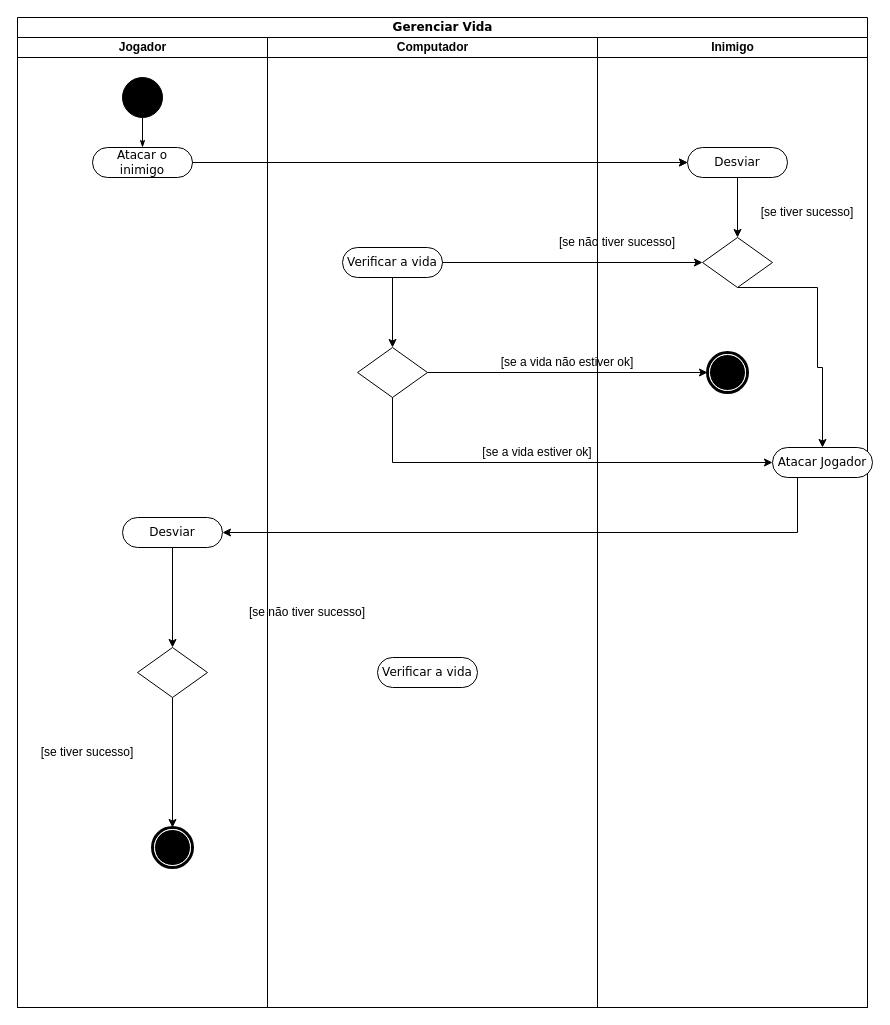
This is Diagrama de Atividade.drawio from yuritelis/atvmusicalp, a draw.io file, before an edit. Source tidied: cells renumbered, new cells numbered last; positions are measured from the earlier drawing's top-left corner, leaving out a move shared by most shapes. Both pictures are drawn from the tidied source at 100%, with x=0, y=0 at pixel (17, 17).
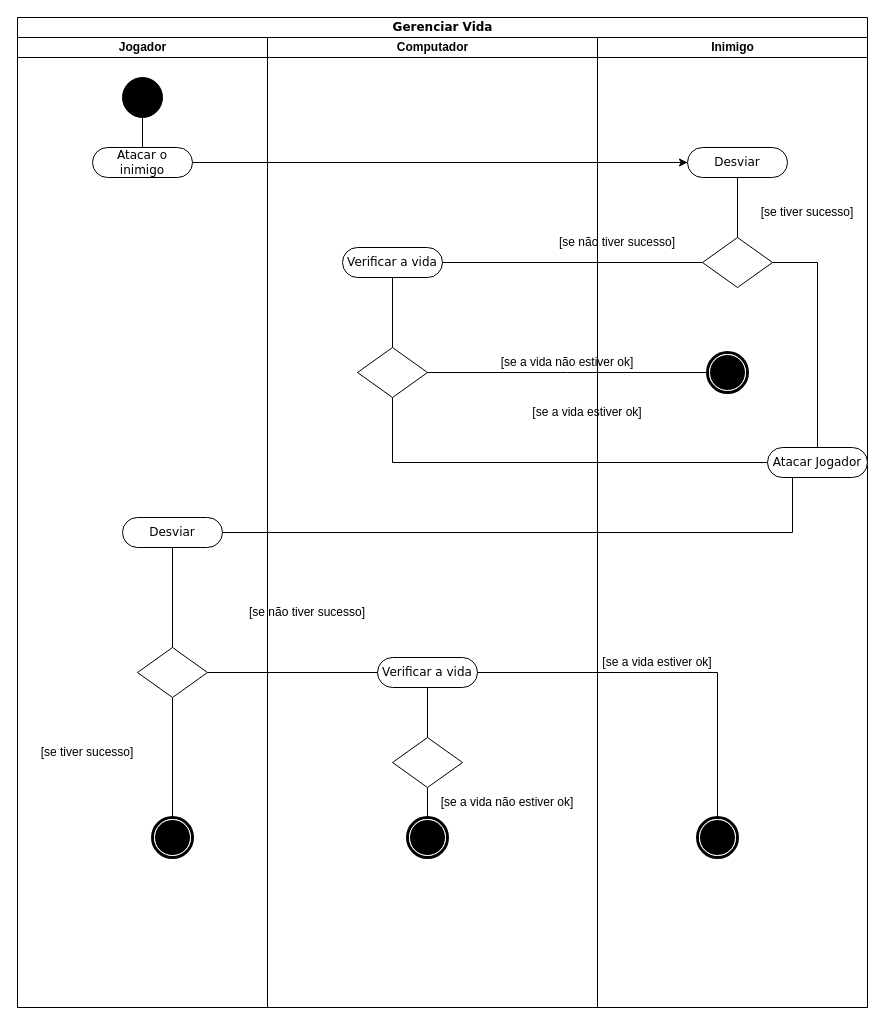
The same page after the edit.

The change refers to these unchanged cells:
```xml
<mxCell id="2" value="Gerenciar Vida" style="swimlane;html=1;startSize=20;rounded=0;shadow=0;comic=0;labelBackgroundColor=none;strokeWidth=1;fontFamily=Verdana;fontSize=12;align=center;" parent="1" vertex="1">
  <mxGeometry width="850" height="990" as="geometry" />
</mxCell>
<mxCell id="3" value="Jogador" style="swimlane;html=1;startSize=20;" parent="2" vertex="1">
  <mxGeometry y="20" width="250" height="970" as="geometry" />
</mxCell>
<mxCell id="5" value="Desviar" style="rounded=1;whiteSpace=wrap;html=1;shadow=0;comic=0;labelBackgroundColor=none;strokeWidth=1;fontFamily=Verdana;fontSize=12;align=center;arcSize=50;" parent="3" vertex="1">
  <mxGeometry x="105" y="480" width="100" height="30" as="geometry" />
</mxCell>
<mxCell id="7" style="ellipse;whiteSpace=wrap;html=1;rounded=0;shadow=0;comic=0;labelBackgroundColor=none;strokeWidth=1;fillColor=#000000;fontFamily=Verdana;fontSize=12;align=center;" parent="3" vertex="1">
  <mxGeometry x="105" y="40" width="40" height="40" as="geometry" />
</mxCell>
<mxCell id="8" value="Atacar o inimigo" style="rounded=1;whiteSpace=wrap;html=1;shadow=0;comic=0;labelBackgroundColor=none;strokeWidth=1;fontFamily=Verdana;fontSize=12;align=center;arcSize=50;" parent="3" vertex="1">
  <mxGeometry x="75" y="110" width="100" height="30" as="geometry" />
</mxCell>
<mxCell id="11" style="rhombus;whiteSpace=wrap;html=1;" parent="3" vertex="1">
  <mxGeometry x="120" y="610" width="70" height="50" as="geometry" />
</mxCell>
<mxCell id="13" value="Computador" style="swimlane;html=1;startSize=20;" parent="2" vertex="1">
  <mxGeometry x="250" y="20" width="330" height="970" as="geometry" />
</mxCell>
<mxCell id="14" style="rhombus;whiteSpace=wrap;html=1;" parent="13" vertex="1">
  <mxGeometry x="90" y="310" width="70" height="50" as="geometry" />
</mxCell>
<mxCell id="16" value="Verificar a vida" style="rounded=1;whiteSpace=wrap;html=1;shadow=0;comic=0;labelBackgroundColor=none;strokeWidth=1;fontFamily=Verdana;fontSize=12;align=center;arcSize=50;" parent="13" vertex="1">
  <mxGeometry x="75" y="210" width="100" height="30" as="geometry" />
</mxCell>
<mxCell id="20" value="Verificar a vida" style="rounded=1;whiteSpace=wrap;html=1;shadow=0;comic=0;labelBackgroundColor=none;strokeWidth=1;fontFamily=Verdana;fontSize=12;align=center;arcSize=50;" parent="13" vertex="1">
  <mxGeometry x="110" y="620" width="100" height="30" as="geometry" />
</mxCell>
<mxCell id="21" value="Inimigo" style="swimlane;html=1;startSize=20;" parent="2" vertex="1">
  <mxGeometry x="580" y="20" width="270" height="970" as="geometry" />
</mxCell>
<mxCell id="22" style="shape=mxgraph.bpmn.shape;html=1;verticalLabelPosition=bottom;labelBackgroundColor=#ffffff;verticalAlign=top;perimeter=ellipsePerimeter;outline=end;symbol=terminate;rounded=0;shadow=0;comic=0;strokeWidth=1;fontFamily=Verdana;fontSize=12;align=center;" parent="21" vertex="1">
  <mxGeometry x="110" y="315" width="40" height="40" as="geometry" />
</mxCell>
<mxCell id="24" value="Desviar" style="rounded=1;whiteSpace=wrap;html=1;shadow=0;comic=0;labelBackgroundColor=none;strokeWidth=1;fontFamily=Verdana;fontSize=12;align=center;arcSize=50;" parent="21" vertex="1">
  <mxGeometry x="90" y="110" width="100" height="30" as="geometry" />
</mxCell>
<mxCell id="27" style="rhombus;whiteSpace=wrap;html=1;" parent="21" vertex="1">
  <mxGeometry x="105" y="200" width="70" height="50" as="geometry" />
</mxCell>
```

What changed in the source:
```diff
@@
-    <mxCell id="4" style="edgeStyle=orthogonalEdgeStyle;rounded=0;jettySize=auto;html=1;exitX=0.5;exitY=1;exitDx=0;exitDy=0;entryX=0.5;entryY=0;entryDx=0;entryDy=0;" parent="3" edge="1" source="5" target="11">
+    <mxCell id="4" style="edgeStyle=orthogonalEdgeStyle;rounded=0;jettySize=auto;html=1;exitX=0.5;exitY=1;exitDx=0;exitDy=0;entryX=0.5;entryY=0;entryDx=0;entryDy=0;endArrow=none;endFill=0;" parent="3" edge="1" source="5" target="11">
       <mxGeometry relative="1" as="geometry" />
     </mxCell>
@@
     <mxCell id="6" style="shape=mxgraph.bpmn.shape;html=1;verticalLabelPosition=bottom;labelBackgroundColor=#ffffff;verticalAlign=top;perimeter=ellipsePerimeter;outline=end;symbol=terminate;rounded=0;shadow=0;comic=0;strokeWidth=1;fontFamily=Verdana;fontSize=12;align=center;" parent="3" vertex="1">
-      <mxGeometry x="135" y="790" width="40" height="40" as="geometry" />
+      <mxGeometry x="135" y="780" width="40" height="40" as="geometry" />
     </mxCell>
@@
-    <mxCell id="9" style="edgeStyle=orthogonalEdgeStyle;rounded=0;html=1;labelBackgroundColor=none;startArrow=none;startFill=0;startSize=5;endArrow=classicThin;endFill=1;endSize=5;jettySize=auto;strokeWidth=1;fontFamily=Verdana;fontSize=12;" parent="3" edge="1" source="7" target="8">
+    <mxCell id="9" style="edgeStyle=orthogonalEdgeStyle;rounded=0;html=1;labelBackgroundColor=none;startArrow=none;startFill=0;startSize=5;endArrow=none;endFill=0;endSize=5;jettySize=auto;strokeWidth=1;fontFamily=Verdana;fontSize=12;" parent="3" edge="1" source="7" target="8">
       <mxGeometry relative="1" as="geometry" />
     </mxCell>
-    <mxCell id="10" style="edgeStyle=orthogonalEdgeStyle;rounded=0;jettySize=auto;html=1;entryX=0.5;entryY=0;entryDx=0;entryDy=0;" parent="3" edge="1" source="11" target="6">
+    <mxCell id="10" style="edgeStyle=orthogonalEdgeStyle;rounded=0;jettySize=auto;html=1;entryX=0.5;entryY=0;entryDx=0;entryDy=0;endArrow=none;endFill=0;" parent="3" edge="1" source="11" target="6">
       <mxGeometry relative="1" as="geometry" />
     </mxCell>
@@
-    <mxCell id="15" style="edgeStyle=orthogonalEdgeStyle;rounded=0;jettySize=auto;html=1;exitX=0.5;exitY=1;exitDx=0;exitDy=0;entryX=0.5;entryY=0;entryDx=0;entryDy=0;" parent="13" edge="1" source="16" target="14">
+    <mxCell id="15" style="edgeStyle=orthogonalEdgeStyle;rounded=0;jettySize=auto;html=1;exitX=0.5;exitY=1;exitDx=0;exitDy=0;entryX=0.5;entryY=0;entryDx=0;entryDy=0;endArrow=none;endFill=0;" parent="13" edge="1" source="16" target="14">
       <mxGeometry relative="1" as="geometry" />
     </mxCell>
@@
     <mxCell id="18" value="[se a vida estiver ok]" style="text;html=1;strokeColor=none;fillColor=none;align=center;verticalAlign=middle;whiteSpace=wrap;rounded=0;" parent="13" vertex="1">
-      <mxGeometry x="210" y="400" width="120" height="30" as="geometry" />
+      <mxGeometry x="260" y="360" width="120" height="30" as="geometry" />
     </mxCell>
@@
+    <mxCell id="36" style="edgeStyle=orthogonalEdgeStyle;rounded=0;jettySize=auto;html=1;exitX=0.5;exitY=1;exitDx=0;exitDy=0;entryX=0.5;entryY=0;entryDx=0;entryDy=0;endArrow=none;endFill=0;" parent="13" edge="1" source="20" target="38">
+      <mxGeometry relative="1" as="geometry" />
+    </mxCell>
@@
+    <mxCell id="37" style="edgeStyle=orthogonalEdgeStyle;rounded=0;jettySize=auto;html=1;exitX=0.5;exitY=1;exitDx=0;exitDy=0;entryX=0.5;entryY=0;entryDx=0;entryDy=0;endArrow=none;endFill=0;" parent="13" edge="1" source="38" target="39">
+      <mxGeometry relative="1" as="geometry" />
+    </mxCell>
+    <mxCell id="38" style="rhombus;whiteSpace=wrap;html=1;" parent="13" vertex="1">
+      <mxGeometry x="125" y="700" width="70" height="50" as="geometry" />
+    </mxCell>
+    <mxCell id="39" style="shape=mxgraph.bpmn.shape;html=1;verticalLabelPosition=bottom;labelBackgroundColor=#ffffff;verticalAlign=top;perimeter=ellipsePerimeter;outline=end;symbol=terminate;rounded=0;shadow=0;comic=0;strokeWidth=1;fontFamily=Verdana;fontSize=12;align=center;" parent="13" vertex="1">
+      <mxGeometry x="140" y="780" width="40" height="40" as="geometry" />
+    </mxCell>
+    <mxCell id="40" value="[se a vida não estiver ok]" style="text;html=1;strokeColor=none;fillColor=none;align=center;verticalAlign=middle;whiteSpace=wrap;rounded=0;" parent="13" vertex="1">
+      <mxGeometry x="160" y="750" width="160" height="30" as="geometry" />
+    </mxCell>
+    <mxCell id="30" style="edgeStyle=orthogonalEdgeStyle;rounded=0;jettySize=auto;html=1;exitX=1;exitY=0.5;exitDx=0;exitDy=0;" parent="2" edge="1" source="8" target="24">
+      <mxGeometry relative="1" as="geometry" />
+    </mxCell>
+    <mxCell id="31" style="edgeStyle=orthogonalEdgeStyle;rounded=0;jettySize=auto;html=1;entryX=0;entryY=0.5;entryDx=0;entryDy=0;endArrow=none;endFill=0;" parent="2" edge="1" source="16" target="27">
+      <mxGeometry relative="1" as="geometry" />
+    </mxCell>
+    <mxCell id="32" style="edgeStyle=orthogonalEdgeStyle;rounded=0;jettySize=auto;html=1;exitX=1;exitY=0.5;exitDx=0;exitDy=0;entryX=0;entryY=0.5;entryDx=0;entryDy=0;endArrow=none;endFill=0;" parent="2" edge="1" source="8" target="24">
+      <mxGeometry relative="1" as="geometry" />
+    </mxCell>
+    <mxCell id="33" style="edgeStyle=orthogonalEdgeStyle;rounded=0;jettySize=auto;html=1;exitX=1;exitY=0.5;exitDx=0;exitDy=0;entryX=0;entryY=0.5;entryDx=0;entryDy=0;endArrow=none;endFill=0;" parent="2" edge="1" source="14" target="22">
+      <mxGeometry relative="1" as="geometry">
+        <Array as="points">
+          <mxPoint x="550" y="355" />
+          <mxPoint x="550" y="355" />
+        </Array>
+      </mxGeometry>
+    </mxCell>
+    <mxCell id="34" style="rounded=0;jettySize=auto;html=1;exitX=0.5;exitY=1;exitDx=0;exitDy=0;entryX=0;entryY=0.5;entryDx=0;entryDy=0;edgeStyle=orthogonalEdgeStyle;endArrow=none;endFill=0;" parent="2" edge="1" source="14" target="25">
+      <mxGeometry relative="1" as="geometry" />
+    </mxCell>
+    <mxCell id="35" style="edgeStyle=orthogonalEdgeStyle;rounded=0;jettySize=auto;html=1;exitX=0.25;exitY=1;exitDx=0;exitDy=0;entryX=1;entryY=0.5;entryDx=0;entryDy=0;endArrow=none;endFill=0;" parent="2" edge="1" source="25" target="5">
+      <mxGeometry relative="1" as="geometry" />
+    </mxCell>
+    <mxCell id="41" style="edgeStyle=orthogonalEdgeStyle;rounded=0;jettySize=auto;html=1;exitX=1;exitY=0.5;exitDx=0;exitDy=0;entryX=0;entryY=0.5;entryDx=0;entryDy=0;endArrow=none;endFill=0;" parent="2" edge="1" source="11" target="20">
+      <mxGeometry relative="1" as="geometry" />
+    </mxCell>
+    <mxCell id="42" style="edgeStyle=orthogonalEdgeStyle;rounded=0;jettySize=auto;html=1;exitX=1;exitY=0.5;exitDx=0;exitDy=0;entryX=0.5;entryY=0;entryDx=0;entryDy=0;endArrow=none;endFill=0;" parent="2" edge="1" source="20" target="43">
+      <mxGeometry relative="1" as="geometry" />
+    </mxCell>
@@
-    <mxCell id="23" style="edgeStyle=orthogonalEdgeStyle;rounded=0;jettySize=auto;html=1;exitX=0.5;exitY=1;exitDx=0;exitDy=0;entryX=0.5;entryY=0;entryDx=0;entryDy=0;" parent="21" edge="1" source="24" target="27">
+    <mxCell id="23" style="edgeStyle=orthogonalEdgeStyle;rounded=0;jettySize=auto;html=1;exitX=0.5;exitY=1;exitDx=0;exitDy=0;entryX=0.5;entryY=0;entryDx=0;entryDy=0;endArrow=none;endFill=0;" parent="21" edge="1" source="24" target="27">
       <mxGeometry relative="1" as="geometry" />
     </mxCell>
@@
     <mxCell id="25" value="Atacar Jogador" style="rounded=1;whiteSpace=wrap;html=1;shadow=0;comic=0;labelBackgroundColor=none;strokeWidth=1;fontFamily=Verdana;fontSize=12;align=center;arcSize=50;" parent="21" vertex="1">
-      <mxGeometry x="175" y="410" width="100" height="30" as="geometry" />
+      <mxGeometry x="170" y="410" width="100" height="30" as="geometry" />
     </mxCell>
-    <mxCell id="26" style="edgeStyle=orthogonalEdgeStyle;rounded=0;jettySize=auto;html=1;exitX=0.5;exitY=1;exitDx=0;exitDy=0;entryX=0.5;entryY=0;entryDx=0;entryDy=0;" parent="21" edge="1" source="27" target="25">
+    <mxCell id="26" style="edgeStyle=orthogonalEdgeStyle;rounded=0;jettySize=auto;html=1;exitX=1;exitY=0.5;exitDx=0;exitDy=0;entryX=0.5;entryY=0;entryDx=0;entryDy=0;endArrow=none;endFill=0;" parent="21" edge="1" source="27" target="25">
       <mxGeometry relative="1" as="geometry">
         <Array as="points">
-          <mxPoint x="220" y="250" />
-          <mxPoint x="220" y="330" />
-          <mxPoint x="225" y="330" />
+          <mxPoint x="220" y="225" />
         </Array>
       </mxGeometry>
     </mxCell>
@@
-    <mxCell id="30" style="edgeStyle=orthogonalEdgeStyle;rounded=0;jettySize=auto;html=1;exitX=1;exitY=0.5;exitDx=0;exitDy=0;" parent="2" edge="1" source="8" target="24">
-      <mxGeometry relative="1" as="geometry" />
-    </mxCell>
-    <mxCell id="31" style="edgeStyle=orthogonalEdgeStyle;rounded=0;jettySize=auto;html=1;entryX=0;entryY=0.5;entryDx=0;entryDy=0;" parent="2" edge="1" source="16" target="27">
-      <mxGeometry relative="1" as="geometry" />
-    </mxCell>
-    <mxCell id="32" style="edgeStyle=orthogonalEdgeStyle;rounded=0;jettySize=auto;html=1;exitX=1;exitY=0.5;exitDx=0;exitDy=0;entryX=0;entryY=0.5;entryDx=0;entryDy=0;" parent="2" edge="1" source="8" target="24">
-      <mxGeometry relative="1" as="geometry" />
-    </mxCell>
-    <mxCell id="33" style="edgeStyle=orthogonalEdgeStyle;rounded=0;jettySize=auto;html=1;exitX=1;exitY=0.5;exitDx=0;exitDy=0;entryX=0;entryY=0.5;entryDx=0;entryDy=0;" parent="2" edge="1" source="14" target="22">
-      <mxGeometry relative="1" as="geometry" />
-    </mxCell>
-    <mxCell id="34" style="edgeStyle=orthogonalEdgeStyle;rounded=0;jettySize=auto;html=1;exitX=0.5;exitY=1;exitDx=0;exitDy=0;entryX=0;entryY=0.5;entryDx=0;entryDy=0;" parent="2" edge="1" source="14" target="25">
-      <mxGeometry relative="1" as="geometry" />
-    </mxCell>
-    <mxCell id="35" style="edgeStyle=orthogonalEdgeStyle;rounded=0;jettySize=auto;html=1;exitX=0.25;exitY=1;exitDx=0;exitDy=0;entryX=1;entryY=0.5;entryDx=0;entryDy=0;" parent="2" edge="1" source="25" target="5">
-      <mxGeometry relative="1" as="geometry" />
-    </mxCell>
+    <mxCell id="43" style="shape=mxgraph.bpmn.shape;html=1;verticalLabelPosition=bottom;labelBackgroundColor=#ffffff;verticalAlign=top;perimeter=ellipsePerimeter;outline=end;symbol=terminate;rounded=0;shadow=0;comic=0;strokeWidth=1;fontFamily=Verdana;fontSize=12;align=center;" parent="21" vertex="1">
+      <mxGeometry x="100" y="780" width="40" height="40" as="geometry" />
+    </mxCell>
+    <mxCell id="44" value="[se a vida estiver ok]" style="text;html=1;strokeColor=none;fillColor=none;align=center;verticalAlign=middle;whiteSpace=wrap;rounded=0;" parent="21" vertex="1">
+      <mxGeometry y="610" width="120" height="30" as="geometry" />
+    </mxCell>
```
